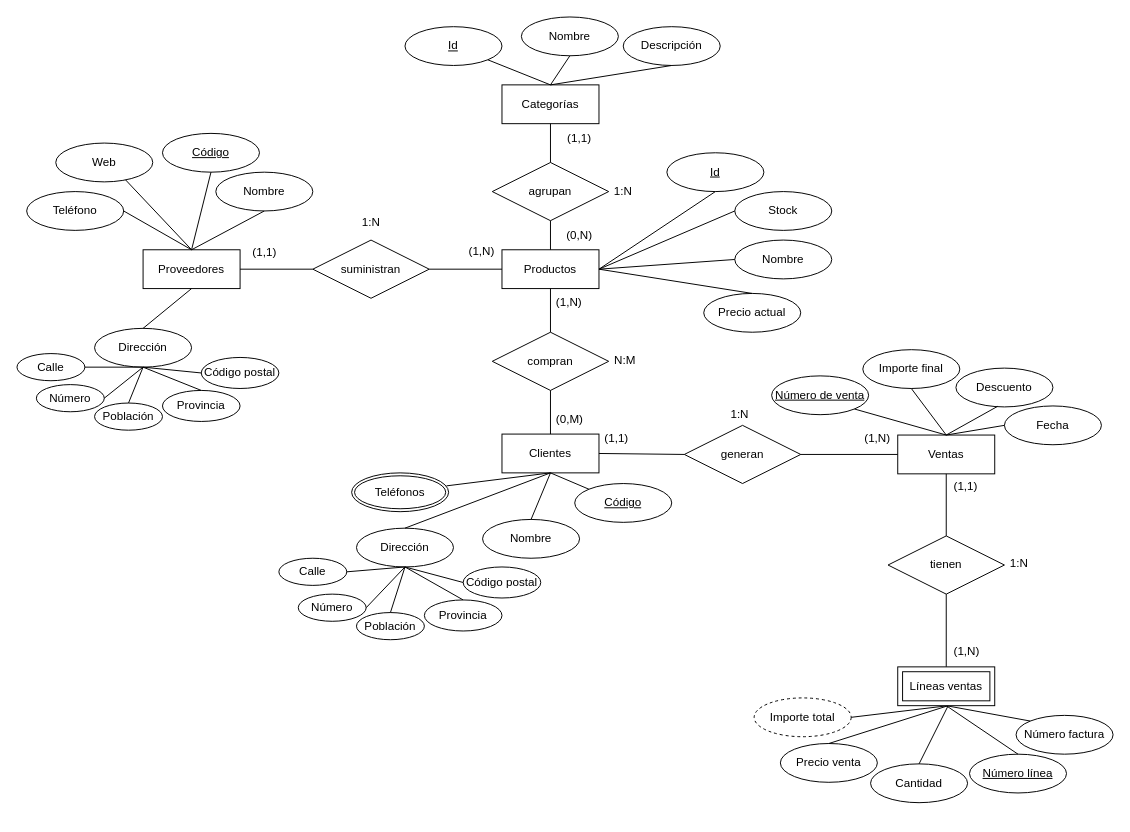
Before: Tarea 4 - Gestión de ventas.drawio in popnoart/popnoart, a draw.io diagram. Source tidied: cells renumbered, new cells numbered last; positions are measured from the earlier drawing's top-left corner, leaving out a move shared by most shapes. Both pictures are drawn from the tidied source at 97%, with x=0, y=0 at pixel (16, 16).
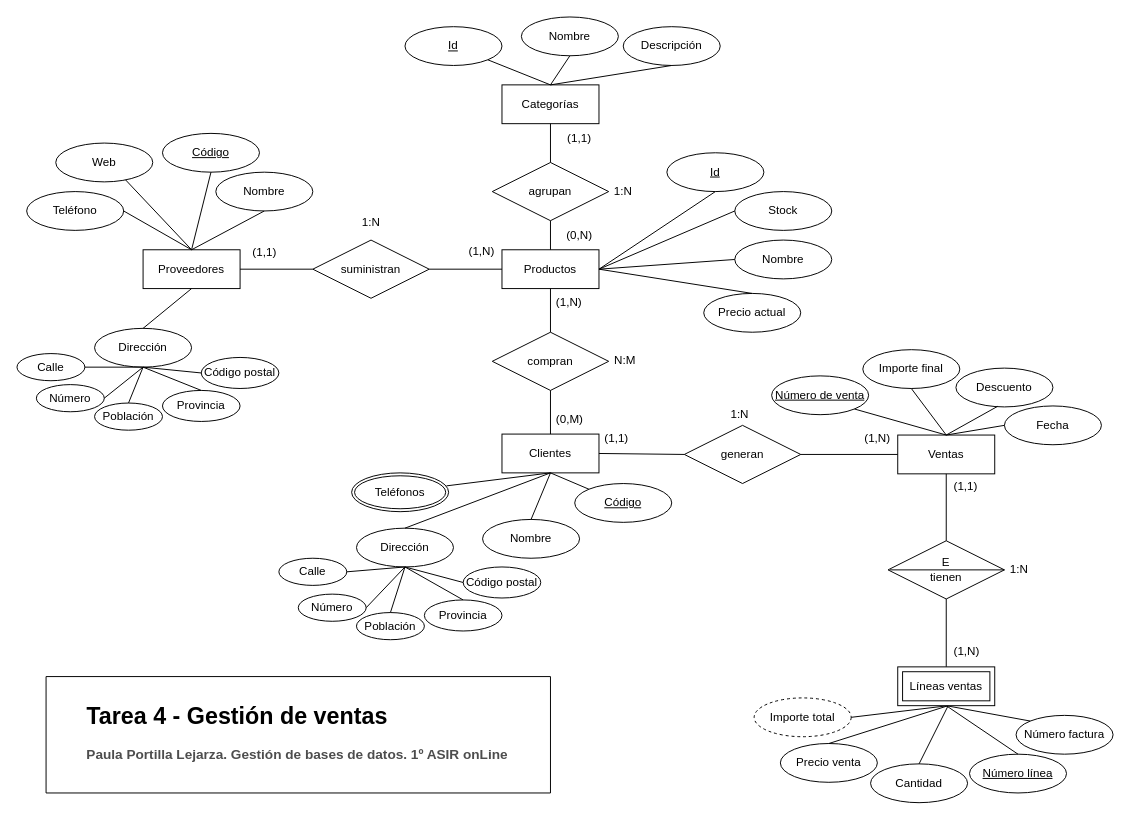
The same page after the edit.

Change to the diagram source:
```diff
@@
-    <mxCell id="84" value="tienen" style="shape=rhombus;perimeter=rhombusPerimeter;whiteSpace=wrap;html=1;align=center;" parent="1" vertex="1">
-      <mxGeometry x="898" y="535" width="120" height="60" as="geometry" />
+    <mxCell id="84" value="E&lt;br&gt;tienen" style="shape=rhombus;perimeter=rhombusPerimeter;whiteSpace=wrap;html=1;align=center;" parent="1" vertex="1">
+      <mxGeometry x="898" y="540" width="120" height="60" as="geometry" />
     </mxCell>
@@
     <mxCell id="106" value="1:N" style="text;strokeColor=none;fillColor=none;spacingLeft=4;spacingRight=4;overflow=hidden;fontSize=12;whiteSpace=wrap;html=1;" parent="1" vertex="1">
-      <mxGeometry x="1018" y="550" width="40" height="30" as="geometry" />
+      <mxGeometry x="1018" y="556" width="40" height="30" as="geometry" />
     </mxCell>
@@
+    <mxCell id="108" style="swimlane;startSize=0;" parent="1" vertex="1">
+      <mxGeometry x="30" y="680" width="520" height="120" as="geometry" />
+    </mxCell>
+    <mxCell id="109" value="&lt;h1 style=&quot;margin-top: 0px;&quot;&gt;Tarea 4 - Gestión de ventas&lt;/h1&gt;&lt;h3&gt;&lt;font color=&quot;#4d4d4d&quot;&gt;Paula Portilla Lejarza.&amp;nbsp;&lt;/font&gt;&lt;span style=&quot;background-color: initial; font-size: 14.04px;&quot;&gt;&lt;font color=&quot;#4d4d4d&quot;&gt;Gestión de bases de datos. 1º ASIR onLine&lt;/font&gt;&lt;/span&gt;&lt;/h3&gt;" style="text;html=1;whiteSpace=wrap;overflow=hidden;rounded=0;" parent="108" vertex="1">
+      <mxGeometry x="40" y="20" width="860" height="120" as="geometry" />
+    </mxCell>
+    <mxCell id="110" style="endArrow=none;html=1;rounded=0;entryX=1;entryY=0.5;entryDx=0;entryDy=0;" parent="1" edge="1" target="84">
+      <mxGeometry relative="1" as="geometry">
+        <mxPoint x="900" y="570" as="sourcePoint" />
+      </mxGeometry>
+    </mxCell>
```
